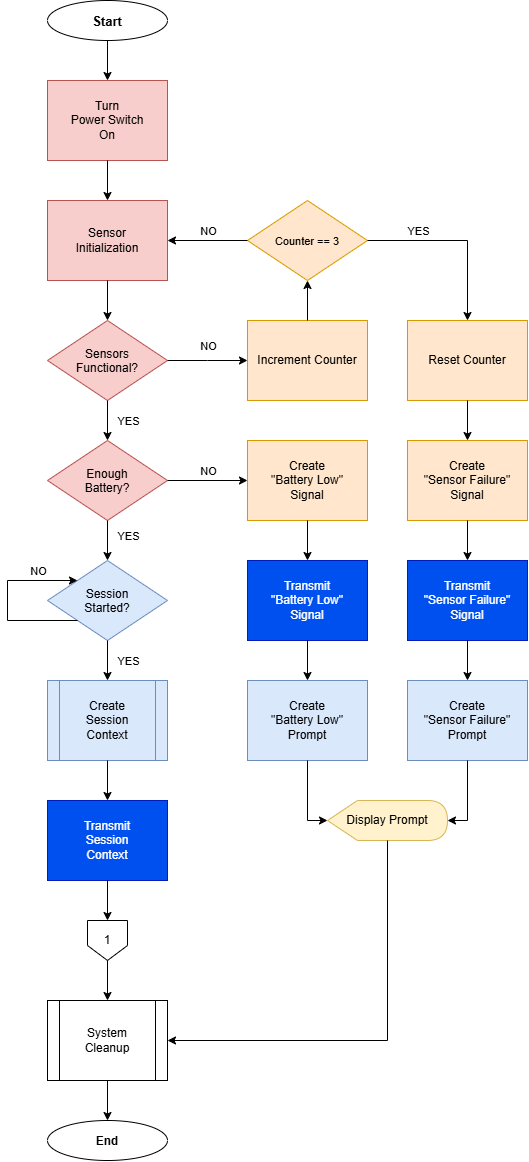
Earlier version of the draw.io export system-architecture/assets/sys-op-fc-1.png (ARRR-Coen-Elec-490/docs). Source tidied: cells renumbered, new cells last; positions are measured from the earlier drawing's top-left corner, leaving out a move shared by most shapes.
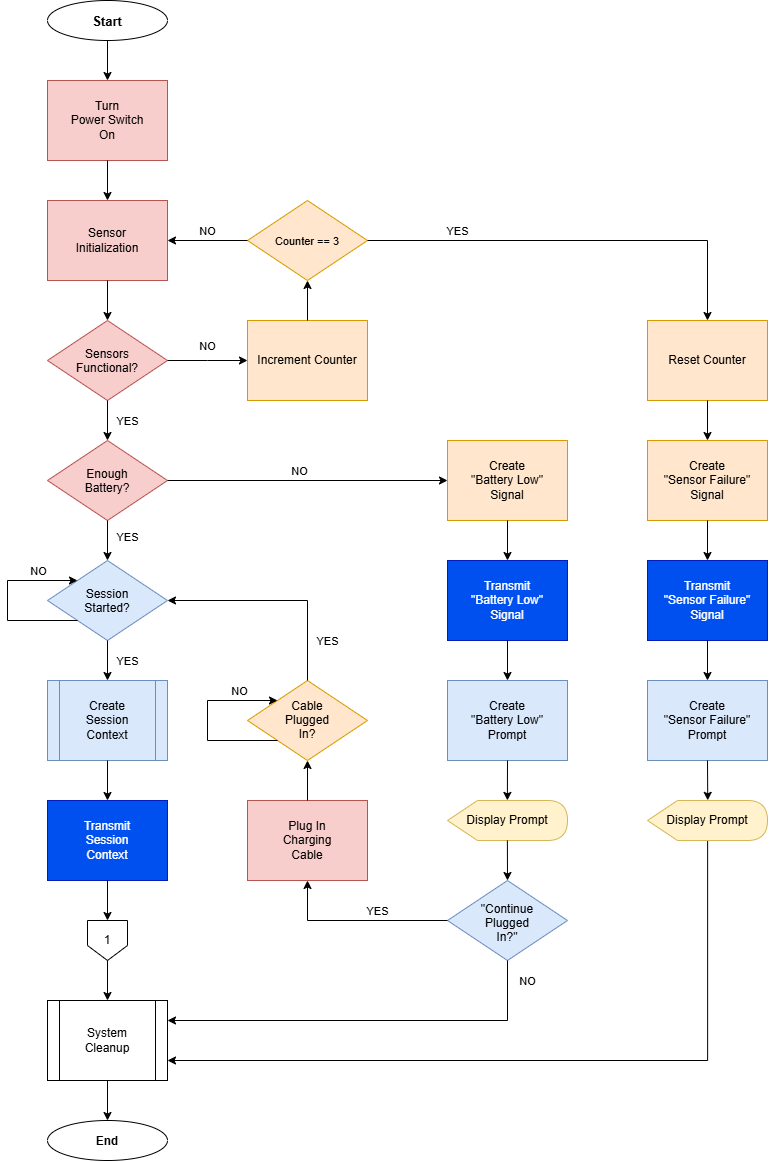
After the commit.

What changed in the source:
```diff
@@ -48,7 +48,7 @@
       </mxGeometry>
     </mxCell>
     <mxCell id="14" value="Create&lt;div&gt;&quot;Battery Low&quot;&lt;div&gt;Signal&lt;/div&gt;&lt;/div&gt;" style="rounded=0;whiteSpace=wrap;html=1;fillColor=#ffe6cc;strokeColor=#d79b00;" parent="1" vertex="1">
-      <mxGeometry x="240" y="440" width="120" height="80" as="geometry" />
+      <mxGeometry x="440" y="440" width="120" height="80" as="geometry" />
     </mxCell>
     <mxCell id="15" style="endArrow=classic;html=1;rounded=0;defaultLabelBackgroundColor=page;labelPadding=0 4;entryX=0;entryY=0.5;entryDx=0;entryDy=0;exitX=1;exitY=0.5;exitDx=0;exitDy=0;" parent="1" edge="1" source="11" target="14">
       <mxGeometry relative="1" as="geometry" />
@@ -59,7 +59,7 @@
       </mxGeometry>
     </mxCell>
     <mxCell id="17" value="Transmit&lt;div&gt;&quot;Battery Low&quot;&lt;/div&gt;&lt;div&gt;Signal&lt;/div&gt;" style="rounded=0;whiteSpace=wrap;html=1;fillColor=#0050ef;fontColor=#ffffff;strokeColor=#001DBC;" parent="1" vertex="1">
-      <mxGeometry x="240" y="560" width="120" height="80" as="geometry" />
+      <mxGeometry x="440" y="560" width="120" height="80" as="geometry" />
     </mxCell>
     <mxCell id="18" style="endArrow=classic;html=1;rounded=0;defaultLabelBackgroundColor=page;labelPadding=0 4;exitX=0.5;exitY=1;exitDx=0;exitDy=0;entryX=0.5;entryY=0;entryDx=0;entryDy=0;" parent="1" edge="1" source="14" target="17">
       <mxGeometry relative="1" as="geometry" />
@@ -71,10 +71,10 @@
       <mxGeometry x="40" y="1120" width="120" height="40" as="geometry" />
     </mxCell>
     <mxCell id="21" value="Display&amp;nbsp;&lt;span style=&quot;background-color: transparent; color: light-dark(#000000, var(--ge-light-color, #ffffff));&quot;&gt;Prompt&lt;/span&gt;" style="shape=display;whiteSpace=wrap;html=1;fillColor=#fff2cc;strokeColor=#d6b656;" parent="1" vertex="1">
-      <mxGeometry x="320" y="800" width="120" height="40" as="geometry" />
+      <mxGeometry x="440" y="800" width="120" height="40" as="geometry" />
     </mxCell>
     <mxCell id="22" value="Create&lt;div&gt;&quot;Battery Low&quot;&lt;/div&gt;&lt;div&gt;Prompt&lt;/div&gt;" style="rounded=0;whiteSpace=wrap;html=1;fillColor=#dae8fc;strokeColor=#6c8ebf;" parent="1" vertex="1">
-      <mxGeometry x="240" y="680" width="120" height="80" as="geometry" />
+      <mxGeometry x="440" y="680" width="120" height="80" as="geometry" />
     </mxCell>
     <mxCell id="23" style="endArrow=classic;html=1;rounded=0;defaultLabelBackgroundColor=page;labelPadding=0 4;exitX=0.5;exitY=1;exitDx=0;exitDy=0;entryX=0.5;entryY=0;entryDx=0;entryDy=0;" parent="1" edge="1" source="11" target="37">
       <mxGeometry relative="1" as="geometry" />
@@ -102,28 +102,28 @@
       </mxGeometry>
     </mxCell>
     <mxCell id="30" value="Create&lt;div&gt;&quot;Sensor Failure&quot;&lt;/div&gt;&lt;div&gt;Signal&lt;/div&gt;" style="rounded=0;whiteSpace=wrap;html=1;fillColor=#ffe6cc;strokeColor=#d79b00;" parent="1" vertex="1">
-      <mxGeometry x="400" y="440" width="120" height="80" as="geometry" />
+      <mxGeometry x="640" y="440" width="120" height="80" as="geometry" />
     </mxCell>
     <mxCell id="31" style="endArrow=classic;html=1;rounded=0;defaultLabelBackgroundColor=page;labelPadding=0 4;entryX=0.5;entryY=0;entryDx=0;entryDy=0;exitX=1;exitY=0.5;exitDx=0;exitDy=0;" parent="1" edge="1" source="26" target="51">
       <mxGeometry x="0.67" relative="1" as="geometry">
         <Array as="points">
-          <mxPoint x="460" y="240" />
+          <mxPoint x="700" y="240" />
         </Array>
       </mxGeometry>
     </mxCell>
     <mxCell id="32" value="YES" style="edgeLabel;html=1;align=center;verticalAlign=middle;inheritText=1;defaultLabelBackgroundColor=page;labelPadding=0 4;" parent="31" vertex="1">
-      <mxGeometry x="-0.44" relative="1" as="geometry">
+      <mxGeometry x="-0.57" relative="1" as="geometry">
         <mxPoint y="-10" as="offset" />
       </mxGeometry>
     </mxCell>
     <mxCell id="33" value="Transmit&lt;br&gt;&lt;div&gt;&quot;Sensor Failure&quot;&lt;/div&gt;&lt;div&gt;Signal&lt;/div&gt;" style="rounded=0;whiteSpace=wrap;html=1;fillColor=#0050ef;strokeColor=#001DBC;fontColor=#ffffff;" parent="1" vertex="1">
-      <mxGeometry x="400" y="560" width="120" height="80" as="geometry" />
+      <mxGeometry x="640" y="560" width="120" height="80" as="geometry" />
     </mxCell>
     <mxCell id="34" style="endArrow=classic;html=1;rounded=0;defaultLabelBackgroundColor=page;labelPadding=0 4;exitX=0.5;exitY=1;exitDx=0;exitDy=0;entryX=0.5;entryY=0;entryDx=0;entryDy=0;" parent="1" edge="1" source="30" target="33">
       <mxGeometry relative="1" as="geometry" />
     </mxCell>
     <mxCell id="35" value="Create&lt;div&gt;&quot;Sensor Failure&quot;&lt;/div&gt;&lt;div&gt;Prompt&lt;/div&gt;" style="rounded=0;whiteSpace=wrap;html=1;fillColor=#dae8fc;strokeColor=#6c8ebf;" parent="1" vertex="1">
-      <mxGeometry x="400" y="680" width="120" height="80" as="geometry" />
+      <mxGeometry x="640" y="680" width="120" height="80" as="geometry" />
     </mxCell>
     <mxCell id="36" style="endArrow=classic;html=1;rounded=0;defaultLabelBackgroundColor=page;labelPadding=0 4;exitX=0.5;exitY=1;exitDx=0;exitDy=0;entryX=0.5;entryY=0;entryDx=0;entryDy=0;" parent="1" edge="1" source="33" target="35">
       <mxGeometry relative="1" as="geometry" />
@@ -134,19 +134,11 @@
     <mxCell id="38" value="Create&lt;div&gt;Session&lt;/div&gt;&lt;div&gt;Context&lt;/div&gt;" style="shape=process;whiteSpace=wrap;html=1;backgroundOutline=1;fillColor=#dae8fc;strokeColor=#6c8ebf;" parent="1" vertex="1">
       <mxGeometry x="40" y="680" width="120" height="80" as="geometry" />
     </mxCell>
-    <mxCell id="39" style="endArrow=classic;html=1;rounded=0;defaultLabelBackgroundColor=page;labelPadding=0 4;entryX=0;entryY=0.5;entryDx=0;entryDy=0;entryPerimeter=0;exitX=0.5;exitY=1;exitDx=0;exitDy=0;" parent="1" edge="1" source="22" target="21">
-      <mxGeometry relative="1" as="geometry">
-        <Array as="points">
-          <mxPoint x="300" y="820" />
-        </Array>
-      </mxGeometry>
+    <mxCell id="39" style="endArrow=classic;html=1;rounded=0;defaultLabelBackgroundColor=page;labelPadding=0 4;exitX=0.5;exitY=1;exitDx=0;exitDy=0;entryX=0.499;entryY=-0.002;entryDx=0;entryDy=0;entryPerimeter=0;" parent="1" edge="1" source="22" target="21">
+      <mxGeometry x="1" relative="1" as="geometry" />
     </mxCell>
-    <mxCell id="40" style="endArrow=classic;html=1;rounded=0;defaultLabelBackgroundColor=page;labelPadding=0 4;exitX=0.5;exitY=1;exitDx=0;exitDy=0;entryX=1;entryY=0.5;entryDx=0;entryDy=0;entryPerimeter=0;" parent="1" edge="1" source="35" target="21">
-      <mxGeometry relative="1" as="geometry">
-        <Array as="points">
-          <mxPoint x="460" y="820" />
-        </Array>
-      </mxGeometry>
+    <mxCell id="40" style="endArrow=classic;html=1;rounded=0;defaultLabelBackgroundColor=page;labelPadding=0 4;exitX=0.5;exitY=1;exitDx=0;exitDy=0;entryX=0.502;entryY=-0.004;entryDx=0;entryDy=0;entryPerimeter=0;" parent="1" edge="1" source="35" target="55">
+      <mxGeometry relative="1" as="geometry" />
     </mxCell>
     <mxCell id="41" style="endArrow=classic;html=1;rounded=0;defaultLabelBackgroundColor=page;labelPadding=0 4;entryX=0.5;entryY=0;entryDx=0;entryDy=0;exitX=0.5;exitY=1;exitDx=0;exitDy=0;" parent="1" edge="1" source="37" target="38">
       <mxGeometry relative="1" as="geometry" />
@@ -159,15 +151,15 @@
     <mxCell id="43" value="1" style="shape=offPageConnector;whiteSpace=wrap;html=1;" parent="1" vertex="1">
       <mxGeometry x="80" y="920" width="40" height="40" as="geometry" />
     </mxCell>
-    <mxCell id="44" style="endArrow=classic;html=1;rounded=0;defaultLabelBackgroundColor=page;labelPadding=0 4;entryX=1;entryY=0.5;entryDx=0;entryDy=0;exitX=0.5;exitY=1;exitDx=0;exitDy=0;exitPerimeter=0;" parent="1" edge="1" source="21" target="53">
-      <mxGeometry relative="1" as="geometry">
+    <mxCell id="44" style="endArrow=classic;html=1;rounded=0;defaultLabelBackgroundColor=page;labelPadding=0 4;entryX=1;entryY=0.75;entryDx=0;entryDy=0;exitX=0.501;exitY=0.998;exitDx=0;exitDy=0;exitPerimeter=0;" parent="1" edge="1" source="55" target="53">
+      <mxGeometry x="0.43" relative="1" as="geometry">
         <Array as="points">
-          <mxPoint x="380" y="1040" />
+          <mxPoint x="700.1" y="1060" />
         </Array>
       </mxGeometry>
     </mxCell>
     <mxCell id="45" style="endArrow=classic;html=1;rounded=0;defaultLabelBackgroundColor=page;labelPadding=0 4;exitX=0.5;exitY=1;exitDx=0;exitDy=0;entryX=0.5;entryY=0;entryDx=0;entryDy=0;" parent="1" edge="1" source="53" target="20">
-      <mxGeometry x="0.19" relative="1" as="geometry" />
+      <mxGeometry x="0.2" relative="1" as="geometry" />
     </mxCell>
     <mxCell id="46" value="Transmit&lt;div&gt;Session&lt;/div&gt;&lt;div&gt;Context&lt;/div&gt;" style="rounded=0;whiteSpace=wrap;html=1;fillColor=#0050ef;fontColor=#ffffff;strokeColor=#001DBC;" parent="1" vertex="1">
       <mxGeometry x="40" y="800" width="120" height="80" as="geometry" />
@@ -192,7 +184,7 @@
       </mxGeometry>
     </mxCell>
     <mxCell id="51" value="Reset Counter" style="rounded=0;whiteSpace=wrap;html=1;fillColor=#ffe6cc;strokeColor=#d79b00;" parent="1" vertex="1">
-      <mxGeometry x="400" y="320" width="120" height="80" as="geometry" />
+      <mxGeometry x="640" y="320" width="120" height="80" as="geometry" />
     </mxCell>
     <mxCell id="52" style="endArrow=classic;html=1;rounded=0;defaultLabelBackgroundColor=page;labelPadding=0 4;entryX=0.5;entryY=0;entryDx=0;entryDy=0;exitX=0.5;exitY=1;exitDx=0;exitDy=0;" parent="1" edge="1" source="51" target="30">
       <mxGeometry relative="1" as="geometry" />
@@ -203,5 +195,72 @@
     <mxCell id="54" style="endArrow=classic;html=1;rounded=0;defaultLabelBackgroundColor=page;labelPadding=0 4;entryX=0.5;entryY=0;entryDx=0;entryDy=0;exitX=0.5;exitY=1;exitDx=0;exitDy=0;exitPerimeter=0;" parent="1" edge="1" source="43" target="53">
       <mxGeometry relative="1" as="geometry" />
     </mxCell>
+    <mxCell id="55" value="Display&amp;nbsp;&lt;span style=&quot;background-color: transparent; color: light-dark(#000000, var(--ge-light-color, #ffffff));&quot;&gt;Prompt&lt;/span&gt;" style="shape=display;whiteSpace=wrap;html=1;fillColor=#fff2cc;strokeColor=#d6b656;" parent="1" vertex="1">
+      <mxGeometry x="640" y="800" width="120" height="40" as="geometry" />
+    </mxCell>
+    <mxCell id="56" value="&quot;Continue&lt;div&gt;Plugged&lt;/div&gt;&lt;div&gt;In?&quot;&lt;/div&gt;" style="rhombus;whiteSpace=wrap;html=1;shapeInside=1;fillColor=#dae8fc;strokeColor=#6c8ebf;" parent="1" vertex="1">
+      <mxGeometry x="440" y="880" width="120" height="80" as="geometry" />
+    </mxCell>
+    <mxCell id="57" style="endArrow=classic;html=1;rounded=0;defaultLabelBackgroundColor=page;labelPadding=0 4;entryX=0.5;entryY=0;entryDx=0;entryDy=0;exitX=0.499;exitY=0.999;exitDx=0;exitDy=0;exitPerimeter=0;" parent="1" edge="1" source="21" target="56">
+      <mxGeometry relative="1" as="geometry" />
+    </mxCell>
+    <mxCell id="58" style="endArrow=classic;html=1;rounded=0;defaultLabelBackgroundColor=page;labelPadding=0 4;exitX=0.5;exitY=1;exitDx=0;exitDy=0;entryX=1;entryY=0.25;entryDx=0;entryDy=0;" parent="1" edge="1" source="56" target="53">
+      <mxGeometry x="0.07" relative="1" as="geometry">
+        <Array as="points">
+          <mxPoint x="500" y="1020" />
+        </Array>
+      </mxGeometry>
+    </mxCell>
+    <mxCell id="59" value="NO" style="edgeLabel;html=1;align=center;verticalAlign=middle;inheritText=1;defaultLabelBackgroundColor=page;labelPadding=0 4;" parent="58" vertex="1">
+      <mxGeometry x="-0.84" relative="1" as="geometry">
+        <mxPoint x="20" y="-11" as="offset" />
+      </mxGeometry>
+    </mxCell>
+    <mxCell id="60" value="Plug In&lt;div&gt;Charging&lt;/div&gt;&lt;div&gt;Cable&lt;/div&gt;" style="rounded=0;whiteSpace=wrap;html=1;fillColor=#f8cecc;strokeColor=#b85450;" parent="1" vertex="1">
+      <mxGeometry x="240" y="800" width="120" height="80" as="geometry" />
+    </mxCell>
+    <mxCell id="61" style="endArrow=classic;html=1;rounded=0;defaultLabelBackgroundColor=page;labelPadding=0 4;exitX=0;exitY=0.5;exitDx=0;exitDy=0;entryX=0.5;entryY=1;entryDx=0;entryDy=0;" parent="1" edge="1" source="56" target="60">
+      <mxGeometry relative="1" as="geometry">
+        <Array as="points">
+          <mxPoint x="300" y="920" />
+        </Array>
+      </mxGeometry>
+    </mxCell>
+    <mxCell id="62" value="YES" style="edgeLabel;html=1;align=center;verticalAlign=middle;inheritText=1;defaultLabelBackgroundColor=page;labelPadding=0 4;" parent="61" vertex="1">
+      <mxGeometry x="-0.22" y="1" relative="1" as="geometry">
+        <mxPoint y="-11" as="offset" />
+      </mxGeometry>
+    </mxCell>
+    <mxCell id="63" value="Cable&lt;div&gt;Plugged&lt;/div&gt;&lt;div&gt;In?&lt;/div&gt;" style="rhombus;whiteSpace=wrap;html=1;shapeInside=1;fillColor=#ffe6cc;strokeColor=#d79b00;" parent="1" vertex="1">
+      <mxGeometry x="240" y="680" width="120" height="80" as="geometry" />
+    </mxCell>
+    <mxCell id="64" style="endArrow=classic;html=1;rounded=0;defaultLabelBackgroundColor=page;labelPadding=0 4;exitX=0.5;exitY=0;exitDx=0;exitDy=0;entryX=0.5;entryY=1;entryDx=0;entryDy=0;" parent="1" edge="1" source="60" target="63">
+      <mxGeometry relative="1" as="geometry" />
+    </mxCell>
+    <mxCell id="65" style="endArrow=classic;html=1;rounded=0;defaultLabelBackgroundColor=page;labelPadding=0 4;entryX=1;entryY=0.5;entryDx=0;entryDy=0;exitX=0.5;exitY=0;exitDx=0;exitDy=0;" parent="1" edge="1" source="63" target="37">
+      <mxGeometry relative="1" as="geometry">
+        <Array as="points">
+          <mxPoint x="300" y="600" />
+        </Array>
+      </mxGeometry>
+    </mxCell>
+    <mxCell id="66" value="YES" style="edgeLabel;html=1;align=center;verticalAlign=middle;inheritText=1;defaultLabelBackgroundColor=page;labelPadding=0 4;" parent="65" vertex="1">
+      <mxGeometry x="-0.63" y="-1" relative="1" as="geometry">
+        <mxPoint x="19" as="offset" />
+      </mxGeometry>
+    </mxCell>
+    <mxCell id="67" style="endArrow=classic;html=1;rounded=0;defaultLabelBackgroundColor=page;labelPadding=0 4;entryX=0;entryY=0;entryDx=0;entryDy=0;exitX=0;exitY=1;exitDx=0;exitDy=0;edgeStyle=orthogonalEdgeStyle;innerLoopWaypoints=1;" parent="1" edge="1" source="63" target="63">
+      <mxGeometry x="-0.78" relative="1" as="geometry">
+        <Array as="points">
+          <mxPoint x="200" y="740" />
+          <mxPoint x="200" y="700" />
+        </Array>
+      </mxGeometry>
+    </mxCell>
+    <mxCell id="68" value="NO" style="edgeLabel;html=1;align=center;verticalAlign=middle;inheritText=1;defaultLabelBackgroundColor=page;labelPadding=0 4;" parent="67" vertex="1">
+      <mxGeometry x="0.57" relative="1" as="geometry">
+        <mxPoint y="-10" as="offset" />
+      </mxGeometry>
+    </mxCell>
   </root>
 </mxGraphModel>
```
